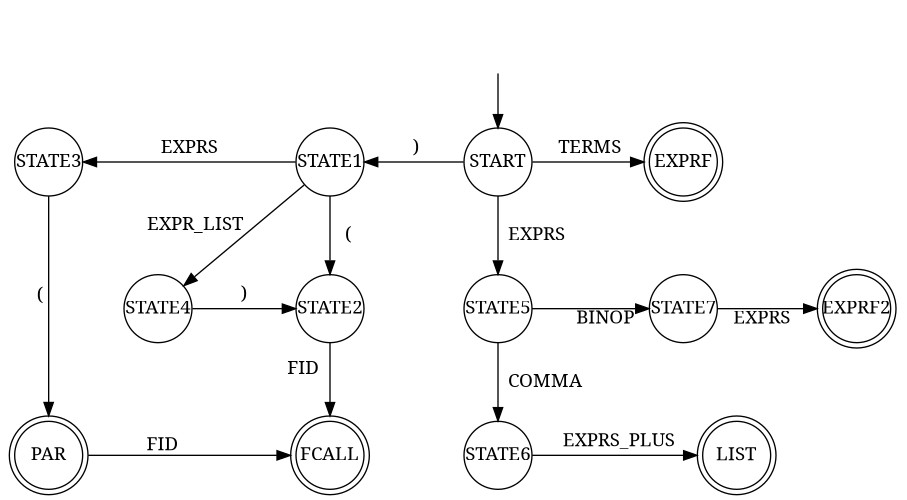
Before: doc/parser/expression/expr_reduction_fsm.png, a diagram exported from Graphviz (MinnIsKill/IFJ_project_22-23). Its source is kept beside it as doc/parser/expression/expr_reduction_fsm.dot. Source of this version:
```dot
/*
 *  Diagram of state machine which
 *  reduces nonterminals on stack
 *  of a operator precedence parser.
 *  implemented in :
 *      ./src/parser_expr.c : reduce_FSM(...)
 *  grammar used for reductions:
 *      ./doc/parse/grammar_expr
 *
 *  author : Jan Lutonský, xluton02
 */
digraph fsm {
graph [nodesep = 0.45]
node [shape = circle fixedsize=shape width=0.71]

"EXPRF"[shape = doublecircle fixedsize=shape]
"EXPRF2"[shape = doublecircle fixedsize=shape]
"PAR"[shape = doublecircle fixedsize=shape]
"FCALL"[shape = doublecircle fixedsize=shape]
"LIST"[shape = doublecircle fixedsize=shape]
"INVIS_NODE" [style = invis]

"INVIS_NODE" -> "START"
"STATE7" -> "EXPRF" [style = invis]
"STATE1" -> "STATE5" [style = invis]


"STATE1" -> "START" [label = ")" dir=back]
"STATE1" -> "STATE2" [label = "   (" ]
"STATE1" -> "STATE4" [xlabel = "EXPR_LIST"]
"STATE2" -> "FCALL" [xlabel = "FID  "]
"STATE3" -> "STATE1" [label = "EXPRS" dir=back]
"STATE3" -> "PAR" [xlabel = "( "]
"STATE4" -> "STATE2" [label = ")"]
"PAR" -> "FCALL" [xlabel = "FID  "]

"START" -> "EXPRF" [label = "TERMS"]
"START" -> "STATE5" [label = "  EXPRS"]
"STATE5" -> "STATE7" [xlabel = "BINOP" splines=line]
"STATE5" -> "STATE6" [label = "  COMMA"]
"STATE6" -> "LIST" [label = "EXPRS_PLUS"]
"STATE7" -> "EXPRF2" [xlabel = "EXPRS  " splines=line]

{rank = same; "STATE5"[group=g2]; "STATE7"[group=g1]; "EXPRF2";};
{rank = same; "STATE4"; "STATE2"[group=g3];};
{rank = same; "STATE3"[group=g4] ; "STATE1"[group=g3] ; "START"[group=g2]; "EXPRF"[group=g1];};
{rank = same; "STATE6"[group=g2]; "LIST"[group=g1];};
{rank = same; "PAR"[group=g4]; "FCALL"[group=g3];};
}
```
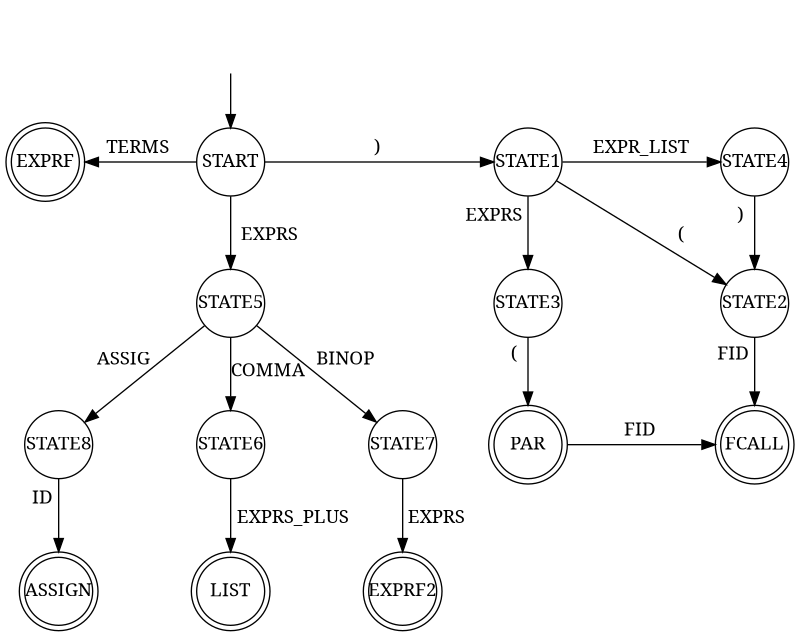
The same file after the commit.

Commit message:
moved assignment from parser into expression parser

Change to the diagram source:
```diff
@@ -1,49 +1,61 @@
 /*
- *  Diagram of state machine which
- *  reduces nonterminals on stack
- *  of a operator precedence parser.
- *  implemented in :
- *      ./src/parser_expr.c : reduce_FSM(...)
- *  grammar used for reductions:
- *      ./doc/parse/grammar_expr
- *
- *  author : Jan Lutonský, xluton02
- */
+*  Diagram of state machine which
+*  reduces nonterminals on stack
+*  of a operator precedence parser.
+*  implemented in :
+*      ./src/parser_expr.c : reduce_FSM(...)
+*  grammar used for reductions:
+*      ./doc/parse/grammar_expr
+*
+*  author : Jan Lutonský, xluton02
+*/
 digraph fsm {
-graph [nodesep = 0.45]
-node [shape = circle fixedsize=shape width=0.71]
+graph [nodesep = 0.45 splines = false]
+node  [shape = circle fixedsize = shape width = 0.71]
 
-"EXPRF"[shape = doublecircle fixedsize=shape]
-"EXPRF2"[shape = doublecircle fixedsize=shape]
-"PAR"[shape = doublecircle fixedsize=shape]
-"FCALL"[shape = doublecircle fixedsize=shape]
-"LIST"[shape = doublecircle fixedsize=shape]
-"INVIS_NODE" [style = invis]
+"START"  [group = g6]
+"EXPRF"  [shape = doublecircle fixedsize = shape group = g1]
+"EXPRF2" [shape = doublecircle fixedsize = shape group = g4]
+"PAR"    [shape = doublecircle fixedsize = shape group = g3]
+"FCALL"  [shape = doublecircle fixedsize = shape group = g2]
+"LIST"   [shape = doublecircle fixedsize = shape group = g6]
+"ASSIGN" [shape = doublecircle fixedsize = shape group = g1]
+"STATE1" [group = g3]
+"STATE2" [group = g2]
+"STATE3" [group = g3]
+"STATE4" [group = g2]
+"STATE5" [group = g6]
+"STATE6" [group = g6]
+"STATE7" [group = g4]
+"STATE8" [group = g1]
 
-"INVIS_NODE" -> "START"
-"STATE7" -> "EXPRF" [style = invis]
-"STATE1" -> "STATE5" [style = invis]
+"I1"     [style = invis]
 
+"I1"     -> "START"
+"STATE8" -> "STATE6" [style = invis]
+"STATE6" -> "STATE7" [style = invis]
 
-"STATE1" -> "START" [label = ")" dir=back]
-"STATE1" -> "STATE2" [label = "   (" ]
-"STATE1" -> "STATE4" [xlabel = "EXPR_LIST"]
-"STATE2" -> "FCALL" [xlabel = "FID  "]
-"STATE3" -> "STATE1" [label = "EXPRS" dir=back]
-"STATE3" -> "PAR" [xlabel = "( "]
-"STATE4" -> "STATE2" [label = ")"]
-"PAR" -> "FCALL" [xlabel = "FID  "]
+"START"  -> "STATE1" [label  = ")" minlen=2]
+"START"  -> "STATE5" [label  = "  EXPRS  "]
+"STATE1" -> "STATE2" [label  = "   (" ]
+"STATE1" -> "STATE3" [xlabel = "EXPRS "]
+"STATE1" -> "STATE4" [label  = "EXPR_LIST"]
+"STATE2" -> "FCALL"  [xlabel = "FID "]
+"STATE3" -> "PAR"    [xlabel = "(  "]
+"STATE4" -> "STATE2" [xlabel = ")  "]
+"STATE5" -> "STATE6" [label  = "COMMA"]
+"STATE5" -> "STATE7" [xlabel = " BINOP  "]
+"STATE5" -> "STATE8" [xlabel = "ASSIG"]
+"STATE6" -> "LIST"   [label  = "  EXPRS_PLUS"]
+"STATE7" -> "EXPRF2" [label  = " EXPRS"]
+"STATE8" -> "ASSIGN" [xlabel = "ID "]
+"PAR"    -> "FCALL"  [label  = "FID"]
+"EXPRF"  -> "START"  [label  = "TERMS" dir = back]
 
-"START" -> "EXPRF" [label = "TERMS"]
-"START" -> "STATE5" [label = "  EXPRS"]
-"STATE5" -> "STATE7" [xlabel = "BINOP" splines=line]
-"STATE5" -> "STATE6" [label = "  COMMA"]
-"STATE6" -> "LIST" [label = "EXPRS_PLUS"]
-"STATE7" -> "EXPRF2" [xlabel = "EXPRS  " splines=line]
+{rank = same; "STATE8"; "STATE7"; "STATE6"; "PAR"   ; "FCALL";}
+{rank = same; "START" ; "EXPRF" ; "STATE1"; "STATE4";}
+{rank = same; "ASSIGN"; "LIST"  ; "EXPRF2";}
+{rank = same; "STATE3"; "STATE2";}
+{rank = same; "PAR"   ; "FCALL" ;}
 
-{rank = same; "STATE5"[group=g2]; "STATE7"[group=g1]; "EXPRF2";};
-{rank = same; "STATE4"; "STATE2"[group=g3];};
-{rank = same; "STATE3"[group=g4] ; "STATE1"[group=g3] ; "START"[group=g2]; "EXPRF"[group=g1];};
-{rank = same; "STATE6"[group=g2]; "LIST"[group=g1];};
-{rank = same; "PAR"[group=g4]; "FCALL"[group=g3];};
 }
```
